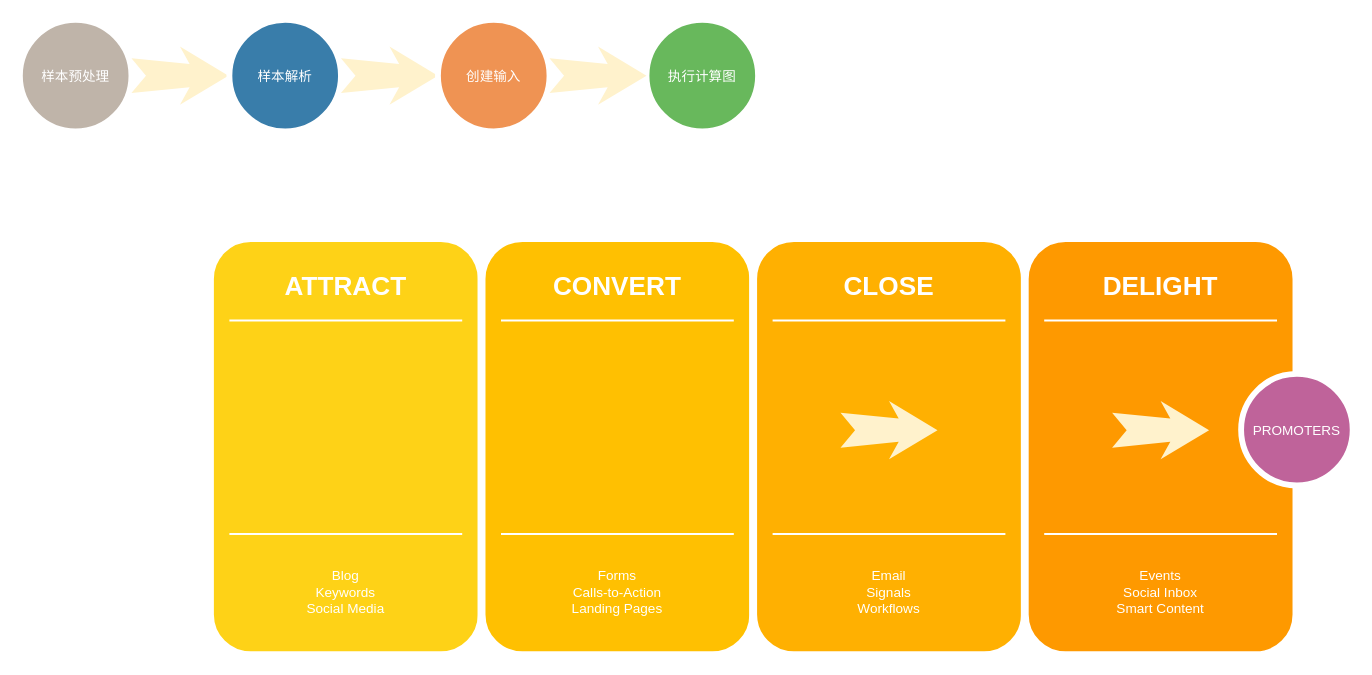
This is Untitled Diagram.drawio from 111qqz/2018FALL, a draw.io file, before an edit. Source tidied: cells renumbered, new cells numbered last; positions are measured from the earlier drawing's top-left corner, leaving out a move shared by most shapes. Both pictures are drawn from the tidied source at 97%, with x=0, y=0 at pixel (19, 19).
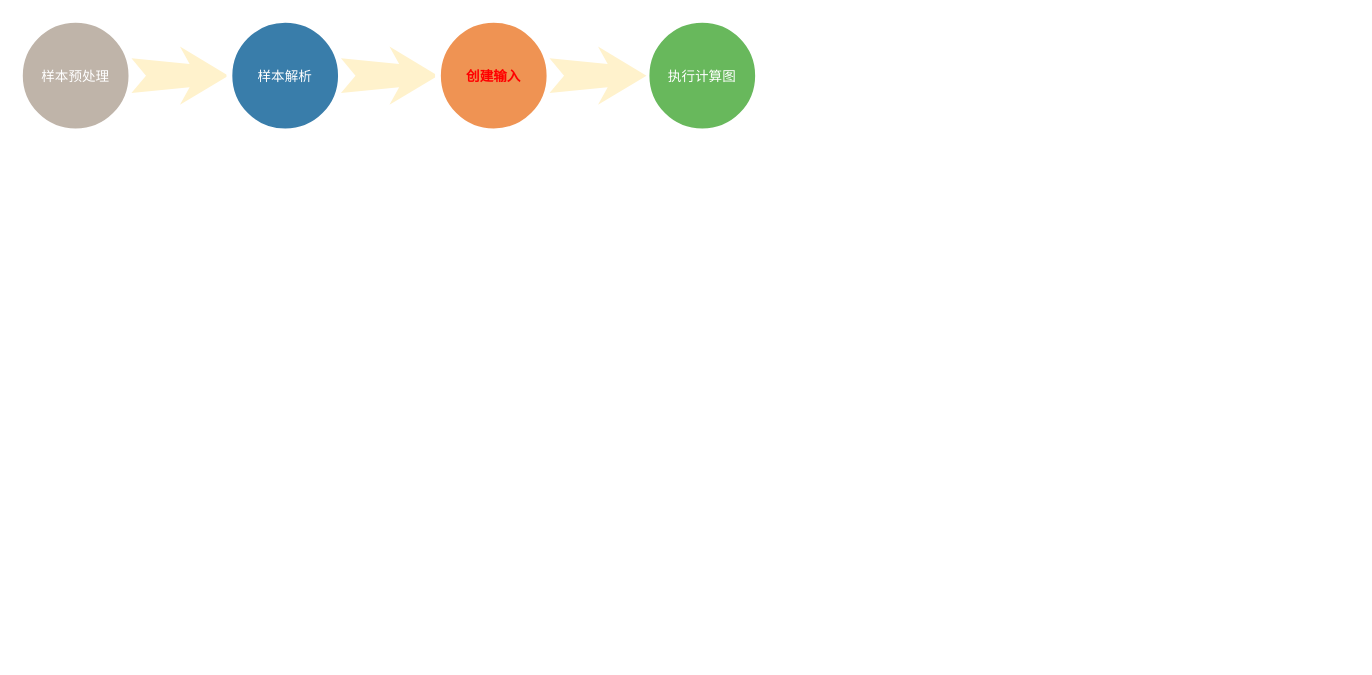
The same page after the edit.

Commit message:
删除掉无用的部分

What changed in the source:
```diff
@@
-    <mxCell id="2" style="whiteSpace=wrap;html=1;rounded=1;shadow=0;strokeWidth=8;fontSize=20;align=center;fillColor=#FED217;strokeColor=#FFFFFF;" parent="1" vertex="1">
-      <mxGeometry x="196" y="225" width="280" height="430" as="geometry" />
-    </mxCell>
-    <mxCell id="3" value="ATTRACT" style="text;html=1;strokeColor=none;fillColor=none;align=center;verticalAlign=middle;whiteSpace=wrap;rounded=0;shadow=0;fontSize=27;fontColor=#FFFFFF;fontStyle=1;" parent="1" vertex="1">
-      <mxGeometry x="196" y="245" width="280" height="60" as="geometry" />
-    </mxCell>
-    <mxCell id="4" value="Blog&lt;div&gt;Keywords&lt;/div&gt;&lt;div&gt;Social Media&lt;/div&gt;" style="text;html=1;strokeColor=none;fillColor=none;align=center;verticalAlign=middle;whiteSpace=wrap;rounded=0;shadow=0;fontSize=14;fontColor=#FFFFFF;" parent="1" vertex="1">
-      <mxGeometry x="196" y="545" width="280" height="90" as="geometry" />
-    </mxCell>
-    <mxCell id="5" style="line;strokeWidth=2;html=1;rounded=0;shadow=0;fontSize=27;align=center;fillColor=none;strokeColor=#FFFFFF;" parent="1" vertex="1">
-      <mxGeometry x="216" y="305" width="240" height="10" as="geometry" />
-    </mxCell>
-    <mxCell id="6" style="line;strokeWidth=2;html=1;rounded=0;shadow=0;fontSize=27;align=center;fillColor=none;strokeColor=#FFFFFF;" parent="1" vertex="1">
-      <mxGeometry x="216" y="525" width="240" height="10" as="geometry" />
-    </mxCell>
@@
-    <mxCell id="9" style="whiteSpace=wrap;html=1;rounded=1;shadow=0;strokeWidth=8;fontSize=20;align=center;fillColor=#FFC001;strokeColor=#FFFFFF;" parent="1" vertex="1">
-      <mxGeometry x="476" y="225" width="280" height="430" as="geometry" />
-    </mxCell>
-    <mxCell id="10" value="CONVERT" style="text;html=1;strokeColor=none;fillColor=none;align=center;verticalAlign=middle;whiteSpace=wrap;rounded=0;shadow=0;fontSize=27;fontColor=#FFFFFF;fontStyle=1;" parent="1" vertex="1">
-      <mxGeometry x="476" y="245" width="280" height="60" as="geometry" />
-    </mxCell>
-    <mxCell id="11" value="Forms&lt;div&gt;Calls-to-Action&lt;/div&gt;&lt;div&gt;Landing Pages&lt;/div&gt;" style="text;html=1;strokeColor=none;fillColor=none;align=center;verticalAlign=middle;whiteSpace=wrap;rounded=0;shadow=0;fontSize=14;fontColor=#FFFFFF;" parent="1" vertex="1">
-      <mxGeometry x="476" y="545" width="280" height="90" as="geometry" />
-    </mxCell>
-    <mxCell id="12" style="line;strokeWidth=2;html=1;rounded=0;shadow=0;fontSize=27;align=center;fillColor=none;strokeColor=#FFFFFF;" parent="1" vertex="1">
-      <mxGeometry x="496" y="305" width="240" height="10" as="geometry" />
-    </mxCell>
-    <mxCell id="13" style="line;strokeWidth=2;html=1;rounded=0;shadow=0;fontSize=27;align=center;fillColor=none;strokeColor=#FFFFFF;" parent="1" vertex="1">
-      <mxGeometry x="496" y="525" width="240" height="10" as="geometry" />
-    </mxCell>
@@
-    <mxCell id="16" style="whiteSpace=wrap;html=1;rounded=1;shadow=0;strokeWidth=8;fontSize=20;align=center;fillColor=#FFB001;strokeColor=#FFFFFF;" parent="1" vertex="1">
-      <mxGeometry x="756" y="225" width="280" height="430" as="geometry" />
-    </mxCell>
-    <mxCell id="17" value="CLOSE" style="text;html=1;strokeColor=none;fillColor=none;align=center;verticalAlign=middle;whiteSpace=wrap;rounded=0;shadow=0;fontSize=27;fontColor=#FFFFFF;fontStyle=1;" parent="1" vertex="1">
-      <mxGeometry x="756" y="245" width="280" height="60" as="geometry" />
-    </mxCell>
-    <mxCell id="18" value="Email&lt;div&gt;Signals&lt;/div&gt;&lt;div&gt;Workflows&lt;/div&gt;" style="text;html=1;strokeColor=none;fillColor=none;align=center;verticalAlign=middle;whiteSpace=wrap;rounded=0;shadow=0;fontSize=14;fontColor=#FFFFFF;" parent="1" vertex="1">
-      <mxGeometry x="756" y="545" width="280" height="90" as="geometry" />
-    </mxCell>
-    <mxCell id="19" style="line;strokeWidth=2;html=1;rounded=0;shadow=0;fontSize=27;align=center;fillColor=none;strokeColor=#FFFFFF;" parent="1" vertex="1">
-      <mxGeometry x="776" y="305" width="240" height="10" as="geometry" />
-    </mxCell>
-    <mxCell id="20" style="line;strokeWidth=2;html=1;rounded=0;shadow=0;fontSize=27;align=center;fillColor=none;strokeColor=#FFFFFF;" parent="1" vertex="1">
-      <mxGeometry x="776" y="525" width="240" height="10" as="geometry" />
-    </mxCell>
-    <mxCell id="21" value="创建输入" style="ellipse;whiteSpace=wrap;html=1;rounded=0;shadow=0;strokeWidth=6;fontSize=14;align=center;fillColor=#EF9353;strokeColor=#FFFFFF;fontColor=#FFFFFF;" parent="1" vertex="1">
+    <mxCell id="21" value="&lt;font color=&quot;#ff0000&quot;&gt;&lt;b&gt;创建输入&lt;/b&gt;&lt;/font&gt;" style="ellipse;whiteSpace=wrap;html=1;rounded=0;shadow=0;strokeWidth=6;fontSize=14;align=center;fillColor=#EF9353;strokeColor=#FFFFFF;fontColor=#FFFFFF;" parent="1" vertex="1">
       <mxGeometry x="431" width="115" height="115" as="geometry" />
     </mxCell>
-    <mxCell id="22" style="html=1;shadow=0;dashed=0;align=center;verticalAlign=middle;shape=mxgraph.arrows2.stylisedArrow;dy=0.6;dx=40;notch=15;feather=0.4;rounded=0;strokeWidth=1;fontSize=27;strokeColor=none;fillColor=#fff2cc;" parent="1" vertex="1">
-      <mxGeometry x="846" y="393" width="100" height="60" as="geometry" />
-    </mxCell>
-    <mxCell id="23" style="whiteSpace=wrap;html=1;rounded=1;shadow=0;strokeWidth=8;fontSize=20;align=center;fillColor=#FE9900;strokeColor=#FFFFFF;" parent="1" vertex="1">
-      <mxGeometry x="1036" y="225" width="280" height="430" as="geometry" />
-    </mxCell>
-    <mxCell id="24" value="DELIGHT" style="text;html=1;strokeColor=none;fillColor=none;align=center;verticalAlign=middle;whiteSpace=wrap;rounded=0;shadow=0;fontSize=27;fontColor=#FFFFFF;fontStyle=1;" parent="1" vertex="1">
-      <mxGeometry x="1036" y="245" width="280" height="60" as="geometry" />
-    </mxCell>
-    <mxCell id="25" value="Events&lt;div&gt;Social Inbox&lt;/div&gt;&lt;div&gt;Smart Content&lt;/div&gt;" style="text;html=1;strokeColor=none;fillColor=none;align=center;verticalAlign=middle;whiteSpace=wrap;rounded=0;shadow=0;fontSize=14;fontColor=#FFFFFF;" parent="1" vertex="1">
-      <mxGeometry x="1036" y="545" width="280" height="90" as="geometry" />
-    </mxCell>
-    <mxCell id="26" style="line;strokeWidth=2;html=1;rounded=0;shadow=0;fontSize=27;align=center;fillColor=none;strokeColor=#FFFFFF;" parent="1" vertex="1">
-      <mxGeometry x="1056" y="305" width="240" height="10" as="geometry" />
-    </mxCell>
-    <mxCell id="27" style="line;strokeWidth=2;html=1;rounded=0;shadow=0;fontSize=27;align=center;fillColor=none;strokeColor=#FFFFFF;" parent="1" vertex="1">
-      <mxGeometry x="1056" y="525" width="240" height="10" as="geometry" />
-    </mxCell>
@@
-    <mxCell id="29" style="html=1;shadow=0;dashed=0;align=center;verticalAlign=middle;shape=mxgraph.arrows2.stylisedArrow;dy=0.6;dx=40;notch=15;feather=0.4;rounded=0;strokeWidth=1;fontSize=27;strokeColor=none;fillColor=#fff2cc;" parent="1" vertex="1">
-      <mxGeometry x="1126" y="393" width="100" height="60" as="geometry" />
-    </mxCell>
-    <mxCell id="30" value="PROMOTERS" style="ellipse;whiteSpace=wrap;html=1;rounded=0;shadow=0;strokeWidth=6;fontSize=14;align=center;fillColor=#BF639A;strokeColor=#FFFFFF;fontColor=#FFFFFF;" parent="1" vertex="1">
-      <mxGeometry x="1259" y="365" width="115" height="115" as="geometry" />
-    </mxCell>
```
